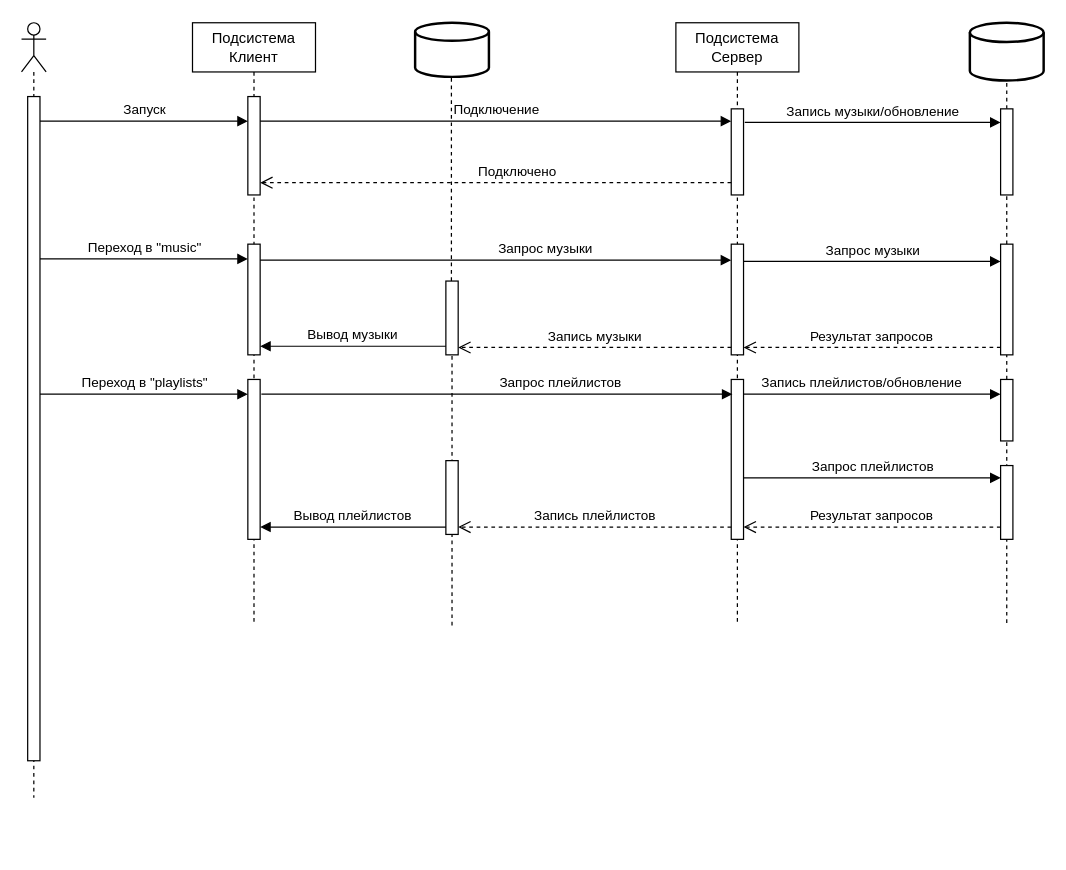
Earlier version of the draw.io diagram vk_project/Алгоритм работы сервера.drawio (ViktorM98/vk_project). Source tidied: cells renumbered, new cells numbered last; positions are measured from the earlier drawing's top-left corner, leaving out a move shared by most shapes. Both pictures are drawn from the tidied source at 123%, with x=0, y=0 at pixel (21, 22).
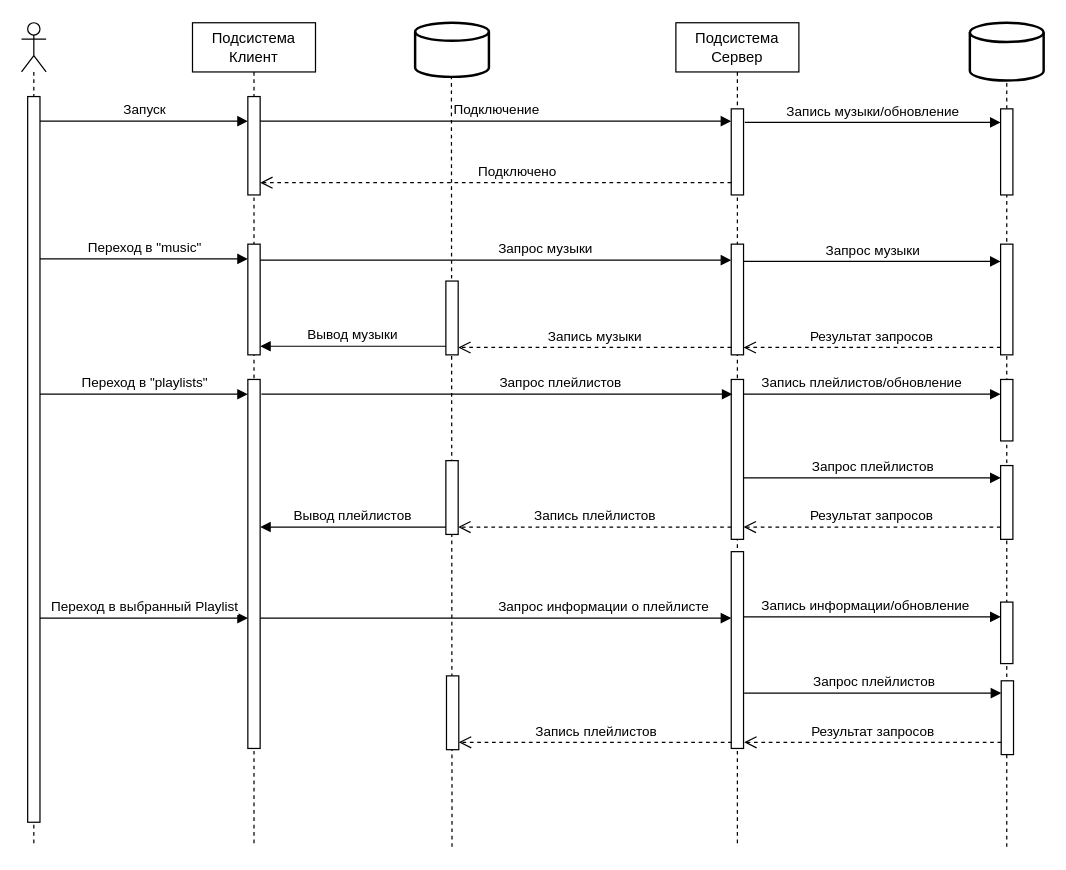
Above is the later version.

The change refers to these unchanged cells:
```xml
<mxCell id="26" style="html=1;points=[];perimeter=orthogonalPerimeter;outlineConnect=0;targetShapes=umlLifeline;portConstraint=eastwest;newEdgeStyle={&quot;edgeStyle&quot;:&quot;elbowEdgeStyle&quot;,&quot;elbow&quot;:&quot;vertical&quot;,&quot;curved&quot;:0,&quot;rounded&quot;:0};" parent="1" vertex="1">
  <mxGeometry x="345" y="210" width="10" height="60" as="geometry" />
</mxCell>
<mxCell id="28" style="html=1;points=[];perimeter=orthogonalPerimeter;outlineConnect=0;targetShapes=umlLifeline;portConstraint=eastwest;newEdgeStyle={&quot;edgeStyle&quot;:&quot;elbowEdgeStyle&quot;,&quot;elbow&quot;:&quot;vertical&quot;,&quot;curved&quot;:0,&quot;rounded&quot;:0};" parent="1" vertex="1">
  <mxGeometry x="796" y="70" width="10" height="70" as="geometry" />
</mxCell>
<mxCell id="30" style="html=1;points=[];perimeter=orthogonalPerimeter;outlineConnect=0;targetShapes=umlLifeline;portConstraint=eastwest;newEdgeStyle={&quot;edgeStyle&quot;:&quot;elbowEdgeStyle&quot;,&quot;elbow&quot;:&quot;vertical&quot;,&quot;curved&quot;:0,&quot;rounded&quot;:0};" parent="1" vertex="1">
  <mxGeometry x="796" y="180" width="10" height="90" as="geometry" />
</mxCell>
```

Change to the diagram source:
```diff
@@
     <mxCell id="2" value="&lt;div&gt;Подсистема&lt;br&gt;&lt;/div&gt;&lt;div&gt;Клиент&lt;/div&gt;" style="shape=umlLifeline;perimeter=lifelinePerimeter;whiteSpace=wrap;html=1;newEdgeStyle={&quot;edgeStyle&quot;:&quot;elbowEdgeStyle&quot;,&quot;elbow&quot;:&quot;vertical&quot;,&quot;curved&quot;:0,&quot;rounded&quot;:0};" parent="1" vertex="1">
-      <mxGeometry x="139" width="100" height="490" as="geometry" />
+      <mxGeometry x="139" width="100" height="670" as="geometry" />
     </mxCell>
@@
     <mxCell id="5" style="html=1;points=[];perimeter=orthogonalPerimeter;outlineConnect=0;targetShapes=umlLifeline;portConstraint=eastwest;newEdgeStyle={&quot;edgeStyle&quot;:&quot;elbowEdgeStyle&quot;,&quot;elbow&quot;:&quot;vertical&quot;,&quot;curved&quot;:0,&quot;rounded&quot;:0};" parent="2" vertex="1">
-      <mxGeometry x="45" y="290" width="10" height="130" as="geometry" />
+      <mxGeometry x="45" y="290" width="10" height="300" as="geometry" />
     </mxCell>
@@
     <mxCell id="7" value="&lt;div&gt;Подсистема&lt;br&gt;&lt;/div&gt;&lt;div&gt;Сервер&lt;/div&gt;" style="shape=umlLifeline;perimeter=lifelinePerimeter;whiteSpace=wrap;html=1;newEdgeStyle={&quot;edgeStyle&quot;:&quot;elbowEdgeStyle&quot;,&quot;elbow&quot;:&quot;vertical&quot;,&quot;curved&quot;:0,&quot;rounded&quot;:0};" parent="1" vertex="1">
-      <mxGeometry x="532" width="100" height="490" as="geometry" />
+      <mxGeometry x="532" width="100" height="670" as="geometry" />
     </mxCell>
@@
+    <mxCell id="42" style="html=1;perimeter=orthogonalPerimeter;targetShapes=umlLifeline;newEdgeStyle={&quot;edgeStyle&quot;:&quot;elbowEdgeStyle&quot;,&quot;elbow&quot;:&quot;vertical&quot;,&quot;curved&quot;:0,&quot;rounded&quot;:0};" parent="7" vertex="1">
+      <mxGeometry x="45" y="430" width="10" height="160" as="geometry" />
+    </mxCell>
     <mxCell id="11" style="shape=umlLifeline;perimeter=lifelinePerimeter;whiteSpace=wrap;html=1;newEdgeStyle={&quot;curved&quot;:0,&quot;rounded&quot;:0};participant=umlActor;" parent="1" vertex="1">
-      <mxGeometry width="20" height="630" as="geometry" />
+      <mxGeometry width="20" height="670" as="geometry" />
     </mxCell>
     <mxCell id="12" style="html=1;perimeter=orthogonalPerimeter;targetShapes=umlLifeline;newEdgeStyle={&quot;curved&quot;:0,&quot;rounded&quot;:0};" parent="11" vertex="1">
-      <mxGeometry x="5" y="60" width="10" height="540" as="geometry" />
+      <mxGeometry x="5" y="60" width="10" height="590" as="geometry" />
     </mxCell>
@@
-    <mxCell id="23" style="endArrow=none;dashed=1;html=1;rounded=0;" parent="1" edge="1" source="26">
+    <mxCell id="23" style="endArrow=none;dashed=1;html=1;rounded=0;" parent="1" edge="1">
       <mxGeometry relative="1" as="geometry">
+        <mxPoint x="350" y="670" as="sourcePoint" />
         <mxPoint x="349.5" y="40" as="targetPoint" />
       </mxGeometry>
     </mxCell>
@@
-    <mxCell id="25" style="endArrow=none;dashed=1;html=1;rounded=0;" parent="1" edge="1" target="26">
-      <mxGeometry relative="1" as="geometry">
-        <mxPoint x="350" y="490" as="sourcePoint" />
-      </mxGeometry>
-    </mxCell>
@@
-    <mxCell id="27" style="endArrow=none;dashed=1;html=1;rounded=0;" parent="1" edge="1" source="30" target="28">
-      <mxGeometry relative="1" as="geometry" />
+    <mxCell id="27" style="endArrow=none;dashed=1;html=1;rounded=0;" parent="1" edge="1" target="28">
+      <mxGeometry relative="1" as="geometry">
+        <mxPoint x="801" y="670" as="sourcePoint" />
+      </mxGeometry>
     </mxCell>
@@
-    <mxCell id="29" style="endArrow=none;dashed=1;html=1;rounded=0;" parent="1" edge="1" target="30">
-      <mxGeometry relative="1" as="geometry">
-        <mxPoint x="801" y="488" as="sourcePoint" />
-      </mxGeometry>
-    </mxCell>
@@
+    <mxCell id="43" value="Переход в выбранный Playlist" style="html=1;verticalAlign=bottom;endArrow=block;curved=0;rounded=0;" parent="1" edge="1">
+      <mxGeometry relative="1" as="geometry">
+        <mxPoint x="15" y="484" as="sourcePoint" />
+        <mxPoint x="184" y="484" as="targetPoint" />
+      </mxGeometry>
+    </mxCell>
+    <mxCell id="44" value="Запрос информации о плейлисте" style="html=1;verticalAlign=bottom;endArrow=block;curved=0;rounded=0;align=left;" parent="1" edge="1">
+      <mxGeometry relative="1" as="geometry">
+        <mxPoint x="194" y="484" as="sourcePoint" />
+        <mxPoint x="577" y="484" as="targetPoint" />
+      </mxGeometry>
+    </mxCell>
+    <mxCell id="45" style="html=1;perimeter=orthogonalPerimeter;targetShapes=umlLifeline;newEdgeStyle={&quot;edgeStyle&quot;:&quot;elbowEdgeStyle&quot;,&quot;elbow&quot;:&quot;vertical&quot;,&quot;curved&quot;:0,&quot;rounded&quot;:0};" parent="1" vertex="1">
+      <mxGeometry x="796" y="471" width="10" height="50" as="geometry" />
+    </mxCell>
+    <mxCell id="46" value="&lt;div align=&quot;center&quot;&gt;Запись информации/обновление&lt;br&gt;&lt;/div&gt;" style="html=1;verticalAlign=bottom;endArrow=block;curved=0;rounded=0;align=left;" parent="1" edge="1">
+      <mxGeometry x="-0.88" relative="1" as="geometry">
+        <mxPoint x="587" y="483" as="sourcePoint" />
+        <mxPoint x="796" y="483" as="targetPoint" />
+      </mxGeometry>
+    </mxCell>
+    <mxCell id="47" value="Результат запросов" style="html=1;verticalAlign=bottom;endArrow=open;dashed=1;endSize=8;curved=0;rounded=0;" parent="1" edge="1">
+      <mxGeometry relative="1" as="geometry">
+        <mxPoint x="796.5" y="585" as="sourcePoint" />
+        <mxPoint x="587.5" y="585" as="targetPoint" />
+      </mxGeometry>
+    </mxCell>
+    <mxCell id="48" style="html=1;perimeter=orthogonalPerimeter;targetShapes=umlLifeline;newEdgeStyle={&quot;edgeStyle&quot;:&quot;elbowEdgeStyle&quot;,&quot;elbow&quot;:&quot;vertical&quot;,&quot;curved&quot;:0,&quot;rounded&quot;:0};" parent="1" vertex="1">
+      <mxGeometry x="796.5" y="535" width="10" height="60" as="geometry" />
+    </mxCell>
+    <mxCell id="49" value="Запрос плейлистов" style="html=1;verticalAlign=bottom;endArrow=block;curved=0;rounded=0;" parent="1" edge="1">
+      <mxGeometry relative="1" as="geometry">
+        <mxPoint x="587.5" y="545" as="sourcePoint" />
+        <mxPoint x="796.5" y="545" as="targetPoint" />
+      </mxGeometry>
+    </mxCell>
+    <mxCell id="50" style="html=1;perimeter=orthogonalPerimeter;targetShapes=umlLifeline;newEdgeStyle={&quot;edgeStyle&quot;:&quot;elbowEdgeStyle&quot;,&quot;elbow&quot;:&quot;vertical&quot;,&quot;curved&quot;:0,&quot;rounded&quot;:0};" parent="1" vertex="1">
+      <mxGeometry x="345.5" y="531" width="10" height="60" as="geometry" />
+    </mxCell>
+    <mxCell id="51" value="Запись плейлистов" style="html=1;verticalAlign=bottom;endArrow=open;dashed=1;endSize=8;curved=0;rounded=0;" parent="1" edge="1">
+      <mxGeometry relative="1" as="geometry">
+        <mxPoint x="577.5" y="585" as="sourcePoint" />
+        <mxPoint x="355.5" y="585" as="targetPoint" />
+      </mxGeometry>
+    </mxCell>
```
